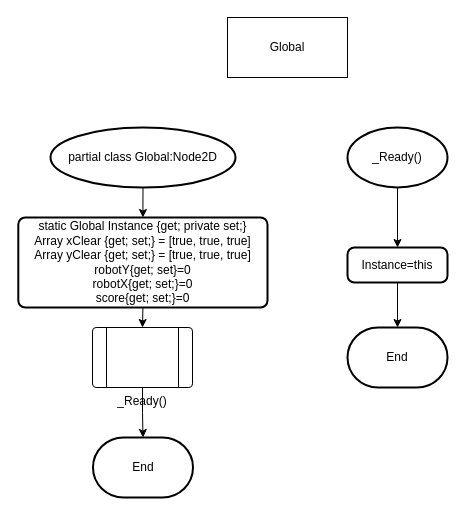
This is whack-a-robot/Global/global flowchart.drawio from BHASVIC-Kasper25/Whack-a-Robot, a draw.io file, before an edit. Source tidied: cells renumbered, new cells numbered last; positions are measured from the earlier drawing's top-left corner, leaving out a move shared by most shapes. Both pictures are drawn from the tidied source at 100%, with x=0, y=0 at pixel (18, 17).
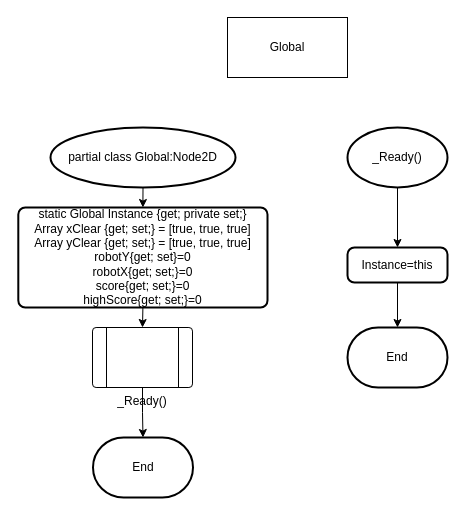
Above is the later version.

What changed in the source:
```diff
@@
 <mxGraphModel>
   <root>
     <mxCell id="0" />
     <mxCell id="1" parent="0" />
     <mxCell id="2" value="Global" style="rounded=0;whiteSpace=wrap;html=1;" parent="1" vertex="1">
       <mxGeometry x="209" width="120" height="60" as="geometry" />
     </mxCell>
     <mxCell id="3" style="edgeStyle=orthogonalEdgeStyle;rounded=0;jettySize=auto;html=1;exitX=0.5;exitY=1;exitDx=0;exitDy=0;exitPerimeter=0;entryX=0.5;entryY=0;entryDx=0;entryDy=0;" parent="1" edge="1" source="4" target="6">
       <mxGeometry relative="1" as="geometry" />
     </mxCell>
     <mxCell id="4" value="partial class Global:Node2D" style="strokeWidth=2;html=1;shape=mxgraph.flowchart.start_1;whiteSpace=wrap;" parent="1" vertex="1">
       <mxGeometry x="32" y="110" width="185" height="60" as="geometry" />
     </mxCell>
     <mxCell id="5" style="edgeStyle=orthogonalEdgeStyle;rounded=0;jettySize=auto;html=1;exitX=0.5;exitY=1;exitDx=0;exitDy=0;entryX=0.5;entryY=0;entryDx=0;entryDy=0;" parent="1" edge="1" source="6" target="8">
       <mxGeometry relative="1" as="geometry" />
     </mxCell>
-    <mxCell id="6" value="static Global Instance {get; private set;}&lt;div&gt;&lt;div&gt;Array xClear {get; set;} = [true, true, true]&lt;/div&gt;&lt;div&gt;Array yClear&amp;nbsp;&lt;span style=&quot;background-color: transparent; color: light-dark(rgb(0, 0, 0), rgb(255, 255, 255));&quot;&gt;{get; set;}&lt;/span&gt;&lt;span style=&quot;background-color: transparent; color: light-dark(rgb(0, 0, 0), rgb(255, 255, 255));&quot;&gt;&amp;nbsp;= [true, true, true]&lt;/span&gt;&lt;/div&gt;&lt;div&gt;robotY{get; set}=0&lt;/div&gt;&lt;/div&gt;&lt;div&gt;robotX{get; set;}=0&lt;/div&gt;&lt;div&gt;score{get; set;}=0&lt;/div&gt;" style="rounded=1;whiteSpace=wrap;html=1;absoluteArcSize=1;arcSize=14;strokeWidth=2;" parent="1" vertex="1">
-      <mxGeometry x="-0.2" y="200" width="249.2" height="90" as="geometry" />
+    <mxCell id="6" value="static Global Instance {get; private set;}&lt;div&gt;&lt;div&gt;Array xClear {get; set;} = [true, true, true]&lt;/div&gt;&lt;div&gt;Array yClear&amp;nbsp;&lt;span style=&quot;background-color: transparent; color: light-dark(rgb(0, 0, 0), rgb(255, 255, 255));&quot;&gt;{get; set;}&lt;/span&gt;&lt;span style=&quot;background-color: transparent; color: light-dark(rgb(0, 0, 0), rgb(255, 255, 255));&quot;&gt;&amp;nbsp;= [true, true, true]&lt;/span&gt;&lt;/div&gt;&lt;div&gt;robotY{get; set}=0&lt;/div&gt;&lt;/div&gt;&lt;div&gt;robotX{get; set;}=0&lt;/div&gt;&lt;div&gt;score{get; set;}=0&lt;/div&gt;&lt;div&gt;highScore{get; set;}=0&lt;/div&gt;" style="rounded=1;whiteSpace=wrap;html=1;absoluteArcSize=1;arcSize=14;strokeWidth=2;" parent="1" vertex="1">
+      <mxGeometry x="-0.2" y="190" width="249.2" height="100" as="geometry" />
     </mxCell>
     <mxCell id="7" style="edgeStyle=orthogonalEdgeStyle;rounded=0;jettySize=auto;html=1;exitX=0.5;exitY=1;exitDx=0;exitDy=0;" parent="1" edge="1" source="8" target="12">
       <mxGeometry relative="1" as="geometry" />
     </mxCell>
     <mxCell id="8" value="_Ready()" style="verticalLabelPosition=bottom;verticalAlign=top;html=1;shape=process;whiteSpace=wrap;rounded=1;size=0.14;arcSize=6;" parent="1" vertex="1">
       <mxGeometry x="74" y="310" width="100" height="60" as="geometry" />
     </mxCell>
     <mxCell id="9" style="edgeStyle=orthogonalEdgeStyle;rounded=0;jettySize=auto;html=1;exitX=0.5;exitY=1;exitDx=0;exitDy=0;exitPerimeter=0;entryX=0.5;entryY=0;entryDx=0;entryDy=0;" parent="1" edge="1" source="10" target="11">
       <mxGeometry relative="1" as="geometry" />
     </mxCell>
     <mxCell id="10" value="_Ready()" style="strokeWidth=2;html=1;shape=mxgraph.flowchart.start_1;whiteSpace=wrap;" parent="1" vertex="1">
       <mxGeometry x="329" y="110" width="100" height="60" as="geometry" />
     </mxCell>
     <mxCell id="11" value="Instance=this" style="rounded=1;whiteSpace=wrap;html=1;absoluteArcSize=1;arcSize=14;strokeWidth=2;" parent="1" vertex="1">
       <mxGeometry x="329" y="230" width="100" height="35" as="geometry" />
     </mxCell>
     <mxCell id="12" value="End" style="strokeWidth=2;html=1;shape=mxgraph.flowchart.terminator;whiteSpace=wrap;" parent="1" vertex="1">
       <mxGeometry x="74.5" y="420" width="100" height="60" as="geometry" />
     </mxCell>
     <mxCell id="13" value="End" style="strokeWidth=2;html=1;shape=mxgraph.flowchart.terminator;whiteSpace=wrap;" parent="1" vertex="1">
       <mxGeometry x="329" y="310" width="100" height="60" as="geometry" />
     </mxCell>
     <mxCell id="14" style="edgeStyle=orthogonalEdgeStyle;rounded=0;jettySize=auto;html=1;exitX=0.5;exitY=1;exitDx=0;exitDy=0;entryX=0.5;entryY=0;entryDx=0;entryDy=0;entryPerimeter=0;" parent="1" edge="1" source="11" target="13">
       <mxGeometry relative="1" as="geometry" />
     </mxCell>
   </root>
 </mxGraphModel>
```
